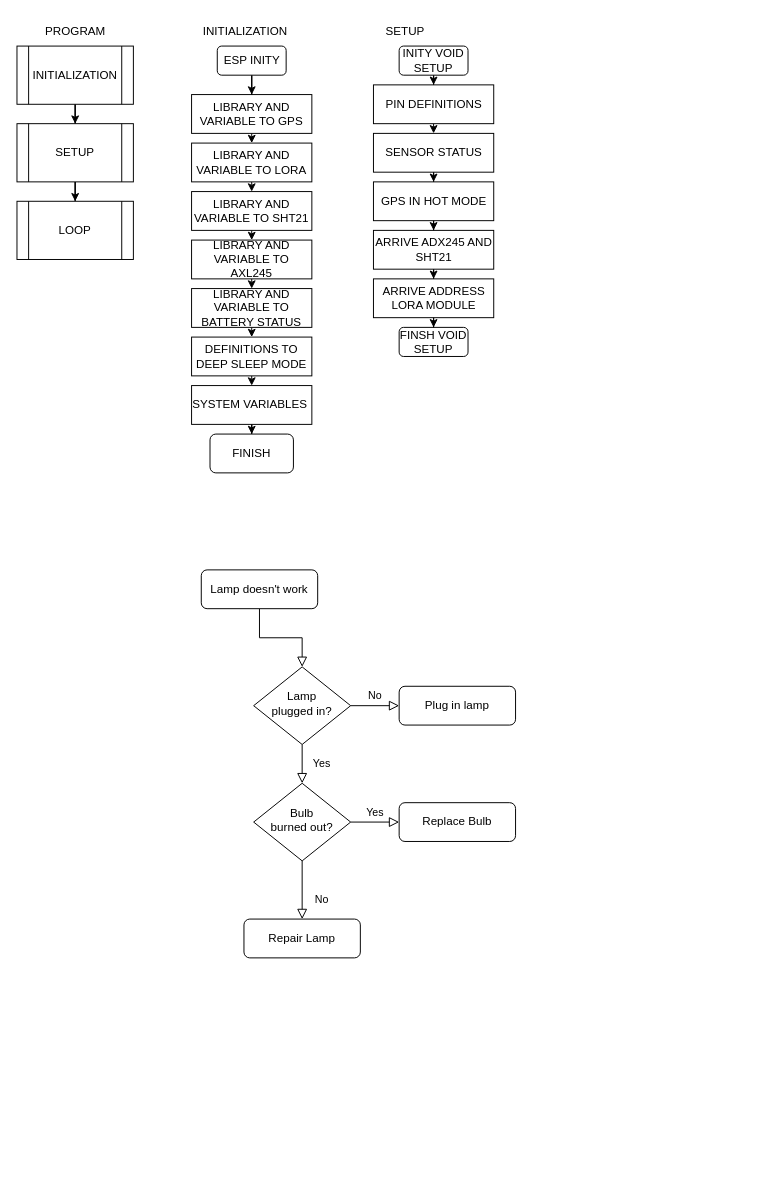
Above: System.drawio in Teusocost/Tracker_IPB (draw.io), before the change. Source tidied: cells renumbered, new cells numbered last; positions are measured from the earlier drawing's top-left corner, leaving out a move shared by most shapes. Both pictures are drawn from the tidied source at 97%, with x=0, y=0 at pixel (16, 16).
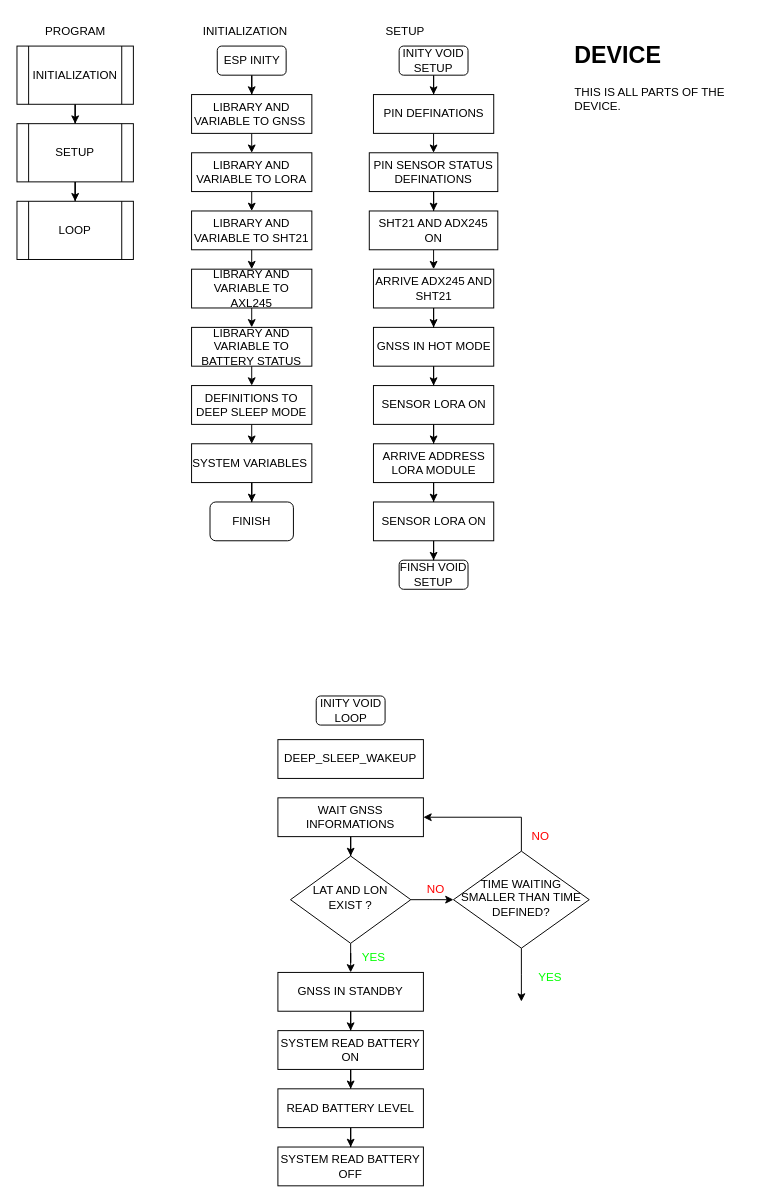
The same diagram, later.

Commit message:
SETUP ATT

What changed in the source:
```diff
@@
-    <mxCell id="2" style="rounded=0;html=1;jettySize=auto;fontSize=11;endArrow=block;endFill=0;endSize=8;strokeWidth=1;shadow=0;labelBackgroundColor=none;edgeStyle=orthogonalEdgeStyle;" parent="1" edge="1" source="3" target="6">
-      <mxGeometry relative="1" as="geometry" />
-    </mxCell>
-    <mxCell id="3" value="Lamp doesn't work" style="rounded=1;whiteSpace=wrap;html=1;fontSize=12;glass=0;strokeWidth=1;shadow=0;" parent="1" vertex="1">
-      <mxGeometry x="190" y="570" width="120" height="40" as="geometry" />
-    </mxCell>
-    <mxCell id="4" value="Yes" style="rounded=0;html=1;jettySize=auto;fontSize=11;endArrow=block;endFill=0;endSize=8;strokeWidth=1;shadow=0;labelBackgroundColor=none;edgeStyle=orthogonalEdgeStyle;" parent="1" edge="1" source="6" target="10">
-      <mxGeometry y="20" relative="1" as="geometry" />
-    </mxCell>
-    <mxCell id="5" value="No" style="edgeStyle=orthogonalEdgeStyle;rounded=0;html=1;jettySize=auto;fontSize=11;endArrow=block;endFill=0;endSize=8;strokeWidth=1;shadow=0;labelBackgroundColor=none;" parent="1" edge="1" source="6" target="7">
-      <mxGeometry y="10" relative="1" as="geometry" />
-    </mxCell>
-    <mxCell id="6" value="Lamp&lt;br&gt;plugged in?" style="rhombus;whiteSpace=wrap;html=1;shadow=0;fontFamily=Helvetica;fontSize=12;align=center;strokeWidth=1;spacing=6;spacingTop=-4;" parent="1" vertex="1">
-      <mxGeometry x="244" y="670" width="100" height="80" as="geometry" />
-    </mxCell>
-    <mxCell id="7" value="Plug in lamp" style="rounded=1;whiteSpace=wrap;html=1;fontSize=12;glass=0;strokeWidth=1;shadow=0;" parent="1" vertex="1">
-      <mxGeometry x="394" y="690" width="120" height="40" as="geometry" />
-    </mxCell>
-    <mxCell id="8" value="No" style="rounded=0;html=1;jettySize=auto;fontSize=11;endArrow=block;endFill=0;endSize=8;strokeWidth=1;shadow=0;labelBackgroundColor=none;edgeStyle=orthogonalEdgeStyle;" parent="1" edge="1" source="10" target="11">
-      <mxGeometry x="0.33" y="20" relative="1" as="geometry" />
-    </mxCell>
-    <mxCell id="9" value="Yes" style="edgeStyle=orthogonalEdgeStyle;rounded=0;html=1;jettySize=auto;fontSize=11;endArrow=block;endFill=0;endSize=8;strokeWidth=1;shadow=0;labelBackgroundColor=none;" parent="1" edge="1" source="10" target="12">
-      <mxGeometry y="10" relative="1" as="geometry" />
-    </mxCell>
-    <mxCell id="10" value="Bulb&lt;br&gt;burned out?" style="rhombus;whiteSpace=wrap;html=1;shadow=0;fontFamily=Helvetica;fontSize=12;align=center;strokeWidth=1;spacing=6;spacingTop=-4;" parent="1" vertex="1">
-      <mxGeometry x="244" y="790" width="100" height="80" as="geometry" />
-    </mxCell>
-    <mxCell id="11" value="Repair Lamp" style="rounded=1;whiteSpace=wrap;html=1;fontSize=12;glass=0;strokeWidth=1;shadow=0;" parent="1" vertex="1">
-      <mxGeometry x="234" y="930" width="120" height="40" as="geometry" />
-    </mxCell>
-    <mxCell id="12" value="Replace Bulb" style="rounded=1;whiteSpace=wrap;html=1;fontSize=12;glass=0;strokeWidth=1;shadow=0;" parent="1" vertex="1">
-      <mxGeometry x="394" y="810" width="120" height="40" as="geometry" />
-    </mxCell>
@@
-    <mxCell id="16" value="LIBRARY AND VARIABLE TO GPS" style="rounded=0;whiteSpace=wrap;html=1;" parent="1" vertex="1">
+    <mxCell id="16" value="LIBRARY AND VARIABLE TO GNSS&amp;nbsp;" style="rounded=0;whiteSpace=wrap;html=1;" parent="1" vertex="1">
       <mxGeometry x="180" y="80" width="124" height="40" as="geometry" />
     </mxCell>
@@
     <mxCell id="18" value="LIBRARY AND VARIABLE TO LORA" style="rounded=0;whiteSpace=wrap;html=1;" parent="1" vertex="1">
-      <mxGeometry x="180" y="130" width="124" height="40" as="geometry" />
+      <mxGeometry x="180" y="140" width="124" height="40" as="geometry" />
     </mxCell>
@@
     <mxCell id="20" value="LIBRARY AND VARIABLE TO SHT21" style="rounded=0;whiteSpace=wrap;html=1;" parent="1" vertex="1">
-      <mxGeometry x="180" y="180" width="124" height="40" as="geometry" />
+      <mxGeometry x="180" y="200" width="124" height="40" as="geometry" />
     </mxCell>
@@
     <mxCell id="22" value="LIBRARY AND VARIABLE TO AXL245" style="rounded=0;whiteSpace=wrap;html=1;" parent="1" vertex="1">
-      <mxGeometry x="180" y="230" width="124" height="40" as="geometry" />
+      <mxGeometry x="180" y="260" width="124" height="40" as="geometry" />
     </mxCell>
@@
     <mxCell id="24" value="LIBRARY AND VARIABLE TO BATTERY STATUS" style="rounded=0;whiteSpace=wrap;html=1;" parent="1" vertex="1">
-      <mxGeometry x="180" y="280" width="124" height="40" as="geometry" />
+      <mxGeometry x="180" y="320" width="124" height="40" as="geometry" />
     </mxCell>
@@
     <mxCell id="26" value="DEFINITIONS TO DEEP SLEEP MODE" style="rounded=0;whiteSpace=wrap;html=1;" parent="1" vertex="1">
-      <mxGeometry x="180" y="330" width="124" height="40" as="geometry" />
+      <mxGeometry x="180" y="380" width="124" height="40" as="geometry" />
     </mxCell>
@@
     <mxCell id="28" value="SYSTEM VARIABLES&amp;nbsp;" style="rounded=0;whiteSpace=wrap;html=1;" parent="1" vertex="1">
-      <mxGeometry x="180" y="380" width="124" height="40" as="geometry" />
+      <mxGeometry x="180" y="440" width="124" height="40" as="geometry" />
     </mxCell>
@@
     <mxCell id="31" value="FINISH" style="rounded=1;whiteSpace=wrap;html=1;" parent="1" vertex="1">
-      <mxGeometry x="199" y="430" width="86" height="40" as="geometry" />
+      <mxGeometry x="199" y="500" width="86" height="40" as="geometry" />
     </mxCell>
@@
-    <mxCell id="40" value="PIN DEFINITIONS" style="rounded=0;whiteSpace=wrap;html=1;" parent="1" vertex="1">
-      <mxGeometry x="367.5" y="70" width="124" height="40" as="geometry" />
+    <mxCell id="40" value="PIN DEFINATIONS" style="rounded=0;whiteSpace=wrap;html=1;" parent="1" vertex="1">
+      <mxGeometry x="367.5" y="80" width="124" height="40" as="geometry" />
     </mxCell>
-    <mxCell id="41" style="edgeStyle=orthogonalEdgeStyle;rounded=0;jettySize=auto;html=1;exitX=0.5;exitY=1;exitDx=0;exitDy=0;" parent="1" edge="1" source="42" target="44">
-      <mxGeometry relative="1" as="geometry" />
-    </mxCell>
+    <mxCell id="51" style="edgeStyle=orthogonalEdgeStyle;rounded=0;jettySize=auto;html=1;" parent="1" edge="1" source="42" target="77">
+      <mxGeometry relative="1" as="geometry" />
+    </mxCell>
-    <mxCell id="42" value="SENSOR STATUS" style="rounded=0;whiteSpace=wrap;html=1;" parent="1" vertex="1">
-      <mxGeometry x="367.5" y="120" width="124" height="40" as="geometry" />
+    <mxCell id="42" value="PIN SENSOR STATUS DEFINATIONS" style="rounded=0;whiteSpace=wrap;html=1;" parent="1" vertex="1">
+      <mxGeometry x="363.2" y="140" width="132.5" height="40" as="geometry" />
     </mxCell>
-    <mxCell id="43" style="edgeStyle=orthogonalEdgeStyle;rounded=0;jettySize=auto;html=1;exitX=0.5;exitY=1;exitDx=0;exitDy=0;" parent="1" edge="1" source="44" target="46">
-      <mxGeometry relative="1" as="geometry" />
-    </mxCell>
+    <mxCell id="52" style="edgeStyle=orthogonalEdgeStyle;rounded=0;jettySize=auto;html=1;" parent="1" edge="1" source="44" target="80">
+      <mxGeometry relative="1" as="geometry" />
+    </mxCell>
-    <mxCell id="44" value="GPS IN HOT MODE" style="rounded=0;whiteSpace=wrap;html=1;" parent="1" vertex="1">
-      <mxGeometry x="367.5" y="170" width="124" height="40" as="geometry" />
+    <mxCell id="44" value="GNSS&amp;nbsp;IN HOT MODE" style="rounded=0;whiteSpace=wrap;html=1;" parent="1" vertex="1">
+      <mxGeometry x="367.5" y="320" width="124" height="40" as="geometry" />
     </mxCell>
-    <mxCell id="45" style="edgeStyle=orthogonalEdgeStyle;rounded=0;jettySize=auto;html=1;exitX=0.5;exitY=1;exitDx=0;exitDy=0;" parent="1" edge="1" source="46" target="48">
-      <mxGeometry relative="1" as="geometry" />
-    </mxCell>
-    <mxCell id="46" value="ARRIVE ADX245 AND SHT21" style="rounded=0;whiteSpace=wrap;html=1;" parent="1" vertex="1">
-      <mxGeometry x="367.5" y="220" width="124" height="40" as="geometry" />
-    </mxCell>
-    <mxCell id="47" style="edgeStyle=orthogonalEdgeStyle;rounded=0;jettySize=auto;html=1;exitX=0.5;exitY=1;exitDx=0;exitDy=0;" parent="1" edge="1" source="48" target="49">
-      <mxGeometry relative="1" as="geometry" />
-    </mxCell>
+    <mxCell id="53" style="edgeStyle=orthogonalEdgeStyle;rounded=0;jettySize=auto;html=1;entryX=0.5;entryY=0;entryDx=0;entryDy=0;" parent="1" edge="1" source="48" target="82">
+      <mxGeometry relative="1" as="geometry" />
+    </mxCell>
     <mxCell id="48" value="ARRIVE ADDRESS LORA MODULE" style="rounded=0;whiteSpace=wrap;html=1;" parent="1" vertex="1">
-      <mxGeometry x="367.5" y="270" width="124" height="40" as="geometry" />
+      <mxGeometry x="367.5" y="440" width="124" height="40" as="geometry" />
     </mxCell>
     <mxCell id="49" value="FINSH VOID SETUP" style="rounded=1;whiteSpace=wrap;html=1;" parent="1" vertex="1">
-      <mxGeometry x="394" y="320" width="71" height="30" as="geometry" />
+      <mxGeometry x="394" y="560" width="71" height="30" as="geometry" />
     </mxCell>
@@
+    <mxCell id="54" value="INITY VOID LOOP" style="rounded=1;whiteSpace=wrap;html=1;" parent="1" vertex="1">
+      <mxGeometry x="308.5" y="700" width="71" height="30" as="geometry" />
+    </mxCell>
+    <mxCell id="55" value="&lt;h1&gt;DEVICE&amp;nbsp;&lt;/h1&gt;&lt;p&gt;THIS IS ALL PARTS OF THE DEVICE.&lt;/p&gt;" style="text;html=1;strokeColor=none;fillColor=none;spacing=5;spacingTop=-20;whiteSpace=wrap;overflow=hidden;rounded=0;" parent="1" vertex="1">
+      <mxGeometry x="570" y="20" width="190" height="120" as="geometry" />
+    </mxCell>
+    <mxCell id="56" value="DEEP_SLEEP_WAKEUP" style="rounded=0;whiteSpace=wrap;html=1;" parent="1" vertex="1">
+      <mxGeometry x="269" y="745" width="150" height="40" as="geometry" />
+    </mxCell>
+    <mxCell id="57" style="edgeStyle=orthogonalEdgeStyle;rounded=0;jettySize=auto;html=1;" parent="1" edge="1" source="59">
+      <mxGeometry relative="1" as="geometry">
+        <mxPoint x="450" y="910" as="targetPoint" />
+      </mxGeometry>
+    </mxCell>
+    <mxCell id="58" style="edgeStyle=orthogonalEdgeStyle;rounded=0;jettySize=auto;html=1;entryX=0.5;entryY=0;entryDx=0;entryDy=0;" parent="1" edge="1" source="59" target="66">
+      <mxGeometry relative="1" as="geometry" />
+    </mxCell>
+    <mxCell id="59" value="LAT AND LON EXIST ?" style="rhombus;whiteSpace=wrap;html=1;shadow=0;fontFamily=Helvetica;fontSize=12;align=center;strokeWidth=1;spacing=6;spacingTop=-4;" parent="1" vertex="1">
+      <mxGeometry x="282" y="865" width="124" height="90" as="geometry" />
+    </mxCell>
+    <mxCell id="60" style="edgeStyle=orthogonalEdgeStyle;rounded=0;jettySize=auto;html=1;" parent="1" edge="1" source="61" target="59">
+      <mxGeometry relative="1" as="geometry" />
+    </mxCell>
+    <mxCell id="61" value="WAIT GNSS INFORMATIONS" style="rounded=0;whiteSpace=wrap;html=1;" parent="1" vertex="1">
+      <mxGeometry x="269" y="805" width="150" height="40" as="geometry" />
+    </mxCell>
+    <mxCell id="62" style="edgeStyle=orthogonalEdgeStyle;rounded=0;jettySize=auto;html=1;exitX=0.5;exitY=0;exitDx=0;exitDy=0;entryX=1;entryY=0.5;entryDx=0;entryDy=0;" parent="1" edge="1" source="64" target="61">
+      <mxGeometry relative="1" as="geometry" />
+    </mxCell>
+    <mxCell id="63" style="edgeStyle=orthogonalEdgeStyle;rounded=0;jettySize=auto;html=1;" parent="1" edge="1" source="64">
+      <mxGeometry relative="1" as="geometry">
+        <mxPoint x="520" y="1015" as="targetPoint" />
+      </mxGeometry>
+    </mxCell>
+    <mxCell id="64" value="TIME WAITING SMALLER THAN TIME DEFINED?" style="rhombus;whiteSpace=wrap;html=1;shadow=0;fontFamily=Helvetica;fontSize=12;align=center;strokeWidth=1;spacing=6;spacingTop=-4;" parent="1" vertex="1">
+      <mxGeometry x="450" y="860" width="140" height="100" as="geometry" />
+    </mxCell>
+    <mxCell id="65" style="edgeStyle=orthogonalEdgeStyle;rounded=0;jettySize=auto;html=1;" parent="1" edge="1" source="66" target="72">
+      <mxGeometry relative="1" as="geometry" />
+    </mxCell>
+    <mxCell id="66" value="GNSS IN STANDBY" style="rounded=0;whiteSpace=wrap;html=1;" parent="1" vertex="1">
+      <mxGeometry x="269" y="985" width="150" height="40" as="geometry" />
+    </mxCell>
+    <mxCell id="67" value="&lt;font color=&quot;#00ff00&quot;&gt;YES&lt;/font&gt;" style="text;html=1;strokeColor=none;fillColor=none;align=center;verticalAlign=middle;whiteSpace=wrap;rounded=0;" parent="1" vertex="1">
+      <mxGeometry x="337.5" y="955" width="60" height="30" as="geometry" />
+    </mxCell>
+    <mxCell id="68" value="&lt;font color=&quot;#00ff00&quot;&gt;YES&lt;/font&gt;" style="text;html=1;strokeColor=none;fillColor=none;align=center;verticalAlign=middle;whiteSpace=wrap;rounded=0;" parent="1" vertex="1">
+      <mxGeometry x="520" y="975" width="60" height="30" as="geometry" />
+    </mxCell>
+    <mxCell id="69" value="&lt;font color=&quot;#ff0000&quot;&gt;NO&lt;/font&gt;" style="text;html=1;strokeColor=none;fillColor=none;align=center;verticalAlign=middle;whiteSpace=wrap;rounded=0;" parent="1" vertex="1">
+      <mxGeometry x="510" y="830" width="60" height="30" as="geometry" />
+    </mxCell>
+    <mxCell id="70" value="&lt;font color=&quot;#ff0000&quot;&gt;NO&lt;/font&gt;" style="text;html=1;strokeColor=none;fillColor=none;align=center;verticalAlign=middle;whiteSpace=wrap;rounded=0;" parent="1" vertex="1">
+      <mxGeometry x="401.5" y="885" width="60" height="30" as="geometry" />
+    </mxCell>
+    <mxCell id="71" style="edgeStyle=orthogonalEdgeStyle;rounded=0;jettySize=auto;html=1;entryX=0.5;entryY=0;entryDx=0;entryDy=0;" parent="1" edge="1" source="72" target="74">
+      <mxGeometry relative="1" as="geometry" />
+    </mxCell>
+    <mxCell id="72" value="SYSTEM READ BATTERY ON" style="rounded=0;whiteSpace=wrap;html=1;" parent="1" vertex="1">
+      <mxGeometry x="269" y="1045" width="150" height="40" as="geometry" />
+    </mxCell>
+    <mxCell id="73" style="edgeStyle=orthogonalEdgeStyle;rounded=0;jettySize=auto;html=1;" parent="1" edge="1" source="74" target="75">
+      <mxGeometry relative="1" as="geometry" />
+    </mxCell>
+    <mxCell id="74" value="READ BATTERY LEVEL" style="rounded=0;whiteSpace=wrap;html=1;" parent="1" vertex="1">
+      <mxGeometry x="269" y="1105" width="150" height="40" as="geometry" />
+    </mxCell>
+    <mxCell id="75" value="SYSTEM READ BATTERY OFF" style="rounded=0;whiteSpace=wrap;html=1;" parent="1" vertex="1">
+      <mxGeometry x="269" y="1165" width="150" height="40" as="geometry" />
+    </mxCell>
+    <mxCell id="76" style="edgeStyle=orthogonalEdgeStyle;rounded=0;jettySize=auto;html=1;" parent="1" edge="1" source="77" target="46">
+      <mxGeometry relative="1" as="geometry" />
+    </mxCell>
+    <mxCell id="77" value="SHT21 AND ADX245 ON" style="rounded=0;whiteSpace=wrap;html=1;" parent="1" vertex="1">
+      <mxGeometry x="363.2" y="200" width="132.5" height="40" as="geometry" />
+    </mxCell>
+    <mxCell id="78" style="edgeStyle=orthogonalEdgeStyle;rounded=0;jettySize=auto;html=1;" parent="1" edge="1" source="46" target="44">
+      <mxGeometry relative="1" as="geometry" />
+    </mxCell>
+    <mxCell id="46" value="ARRIVE ADX245 AND SHT21" style="rounded=0;whiteSpace=wrap;html=1;" parent="1" vertex="1">
+      <mxGeometry x="367.5" y="260" width="124" height="40" as="geometry" />
+    </mxCell>
+    <mxCell id="79" style="edgeStyle=orthogonalEdgeStyle;rounded=0;jettySize=auto;html=1;entryX=0.5;entryY=0;entryDx=0;entryDy=0;" parent="1" edge="1" source="80" target="48">
+      <mxGeometry relative="1" as="geometry" />
+    </mxCell>
+    <mxCell id="80" value="SENSOR LORA ON" style="rounded=0;whiteSpace=wrap;html=1;" parent="1" vertex="1">
+      <mxGeometry x="367.5" y="380" width="124" height="40" as="geometry" />
+    </mxCell>
+    <mxCell id="81" style="edgeStyle=orthogonalEdgeStyle;rounded=0;jettySize=auto;html=1;entryX=0.5;entryY=0;entryDx=0;entryDy=0;" parent="1" edge="1" source="82" target="49">
+      <mxGeometry relative="1" as="geometry" />
+    </mxCell>
+    <mxCell id="82" value="SENSOR LORA ON" style="rounded=0;whiteSpace=wrap;html=1;" parent="1" vertex="1">
+      <mxGeometry x="367.5" y="500" width="124" height="40" as="geometry" />
+    </mxCell>
```
